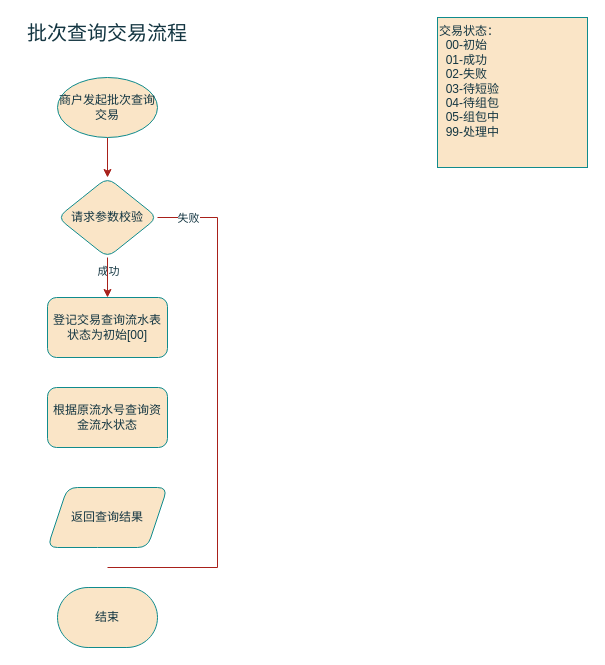
Above: page "批次查询交易" (3 of 5) of 批扣流程.drawio in gaofv/draw (draw.io), before the change. Source tidied: cells renumbered, new cells numbered last; positions are measured from the earlier drawing's top-left corner, leaving out a move shared by most shapes. Both pictures are drawn from the tidied source at 100%, with x=0, y=0 at pixel (17, 17).
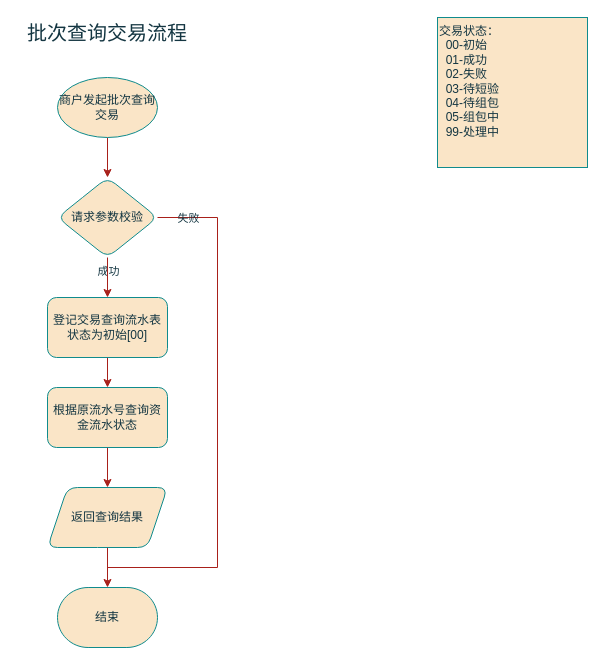
After the change.

Unchanged cells that the change refers to:
```xml
<mxCell id="8" value="请求参数校验" style="rhombus;whiteSpace=wrap;html=1;strokeWidth=1;labelBackgroundColor=none;rounded=1;labelBorderColor=none;fillColor=#FAE5C7;strokeColor=#0F8B8D;fontColor=#143642;" parent="1" vertex="1">
  <mxGeometry x="40" y="160" width="100" height="80" as="geometry" />
</mxCell>
<mxCell id="9" value="结束" style="strokeWidth=1;html=1;shape=mxgraph.flowchart.terminator;whiteSpace=wrap;labelBackgroundColor=none;rounded=1;labelBorderColor=none;fillColor=#FAE5C7;strokeColor=#0F8B8D;fontColor=#143642;" parent="1" vertex="1">
  <mxGeometry x="40" y="570" width="100" height="60" as="geometry" />
</mxCell>
<mxCell id="10" value="登记交易查询流水表&lt;br&gt;状态为初始[00]" style="whiteSpace=wrap;html=1;strokeWidth=1;labelBackgroundColor=none;rounded=1;labelBorderColor=none;fillColor=#FAE5C7;strokeColor=#0F8B8D;fontColor=#143642;" parent="1" vertex="1">
  <mxGeometry x="30" y="280" width="120" height="60" as="geometry" />
</mxCell>
<mxCell id="11" value="根据原流水号查询资金流水状态" style="whiteSpace=wrap;html=1;strokeWidth=1;labelBackgroundColor=none;rounded=1;labelBorderColor=none;fillColor=#FAE5C7;strokeColor=#0F8B8D;fontColor=#143642;" parent="1" vertex="1">
  <mxGeometry x="30" y="370" width="120" height="60" as="geometry" />
</mxCell>
<mxCell id="12" value="返回查询结果" style="shape=parallelogram;perimeter=parallelogramPerimeter;whiteSpace=wrap;html=1;fixedSize=1;strokeWidth=1;labelBackgroundColor=none;rounded=1;labelBorderColor=none;fillColor=#FAE5C7;strokeColor=#0F8B8D;fontColor=#143642;" parent="1" vertex="1">
  <mxGeometry x="30" y="470" width="120" height="60" as="geometry" />
</mxCell>
```

Diff of the diagram source:
```diff
@@
-    <mxCell id="6" style="edgeStyle=orthogonalEdgeStyle;rounded=0;jettySize=auto;html=1;strokeColor=#A8201A;fontColor=#143642;fillColor=#FAE5C7;endArrow=none;endFill=0;" parent="1" edge="1" source="8">
+    <mxCell id="6" style="edgeStyle=orthogonalEdgeStyle;rounded=0;jettySize=auto;html=1;strokeColor=#A8201A;fontColor=default;fillColor=#FAE5C7;endArrow=none;endFill=0;labelBackgroundColor=none;" parent="1" edge="1" source="8">
       <mxGeometry relative="1" as="geometry">
         <mxPoint x="90" y="550" as="targetPoint" />
         <Array as="points">
           <mxPoint x="200" y="200" />
           <mxPoint x="200" y="550" />
         </Array>
       </mxGeometry>
     </mxCell>
-    <mxCell id="7" value="失败" style="edgeLabel;html=1;align=center;verticalAlign=middle;fontColor=#143642;" parent="6" vertex="1">
+    <mxCell id="7" value="失败" style="edgeLabel;html=1;align=center;verticalAlign=middle;fontColor=#143642;labelBackgroundColor=none;" parent="6" vertex="1">
       <mxGeometry x="-0.84" y="-4" relative="1" as="geometry">
         <mxPoint x="-12" y="-4" as="offset" />
       </mxGeometry>
     </mxCell>
@@
+    <mxCell id="15" style="edgeStyle=orthogonalEdgeStyle;rounded=0;jettySize=auto;html=1;labelBackgroundColor=none;strokeColor=#A8201A;fontColor=default;" parent="1" edge="1" source="10" target="11">
+      <mxGeometry relative="1" as="geometry" />
+    </mxCell>
@@
+    <mxCell id="16" style="edgeStyle=orthogonalEdgeStyle;rounded=0;jettySize=auto;html=1;labelBackgroundColor=none;strokeColor=#A8201A;fontColor=default;" parent="1" edge="1" source="11" target="12">
+      <mxGeometry relative="1" as="geometry" />
+    </mxCell>
@@
+    <mxCell id="17" style="edgeStyle=orthogonalEdgeStyle;rounded=0;jettySize=auto;html=1;labelBackgroundColor=none;strokeColor=#A8201A;fontColor=default;" parent="1" edge="1" source="12" target="9">
+      <mxGeometry relative="1" as="geometry" />
+    </mxCell>
@@
-    <mxCell id="14" value="交易状态：&lt;br&gt;&amp;nbsp; 00-初始&lt;br&gt;&amp;nbsp; 01-成功&lt;br&gt;&amp;nbsp; 02-失败&lt;br&gt;&amp;nbsp; 03-待短验&lt;br&gt;&amp;nbsp; 04-待组包&lt;br&gt;&amp;nbsp; 05-组包中&lt;br&gt;&amp;nbsp; 99-处理中" style="whiteSpace=wrap;html=1;strokeColor=#0F8B8D;fontColor=#143642;fillColor=#FAE5C7;align=left;verticalAlign=top;" parent="1" vertex="1">
+    <mxCell id="14" value="交易状态：&lt;br&gt;&amp;nbsp; 00-初始&lt;br&gt;&amp;nbsp; 01-成功&lt;br&gt;&amp;nbsp; 02-失败&lt;br&gt;&amp;nbsp; 03-待短验&lt;br&gt;&amp;nbsp; 04-待组包&lt;br&gt;&amp;nbsp; 05-组包中&lt;br&gt;&amp;nbsp; 99-处理中" style="whiteSpace=wrap;html=1;strokeColor=#0F8B8D;fontColor=#143642;fillColor=#FAE5C7;align=left;verticalAlign=top;labelBackgroundColor=none;" parent="1" vertex="1">
       <mxGeometry x="420" width="150" height="150" as="geometry" />
     </mxCell>
```
